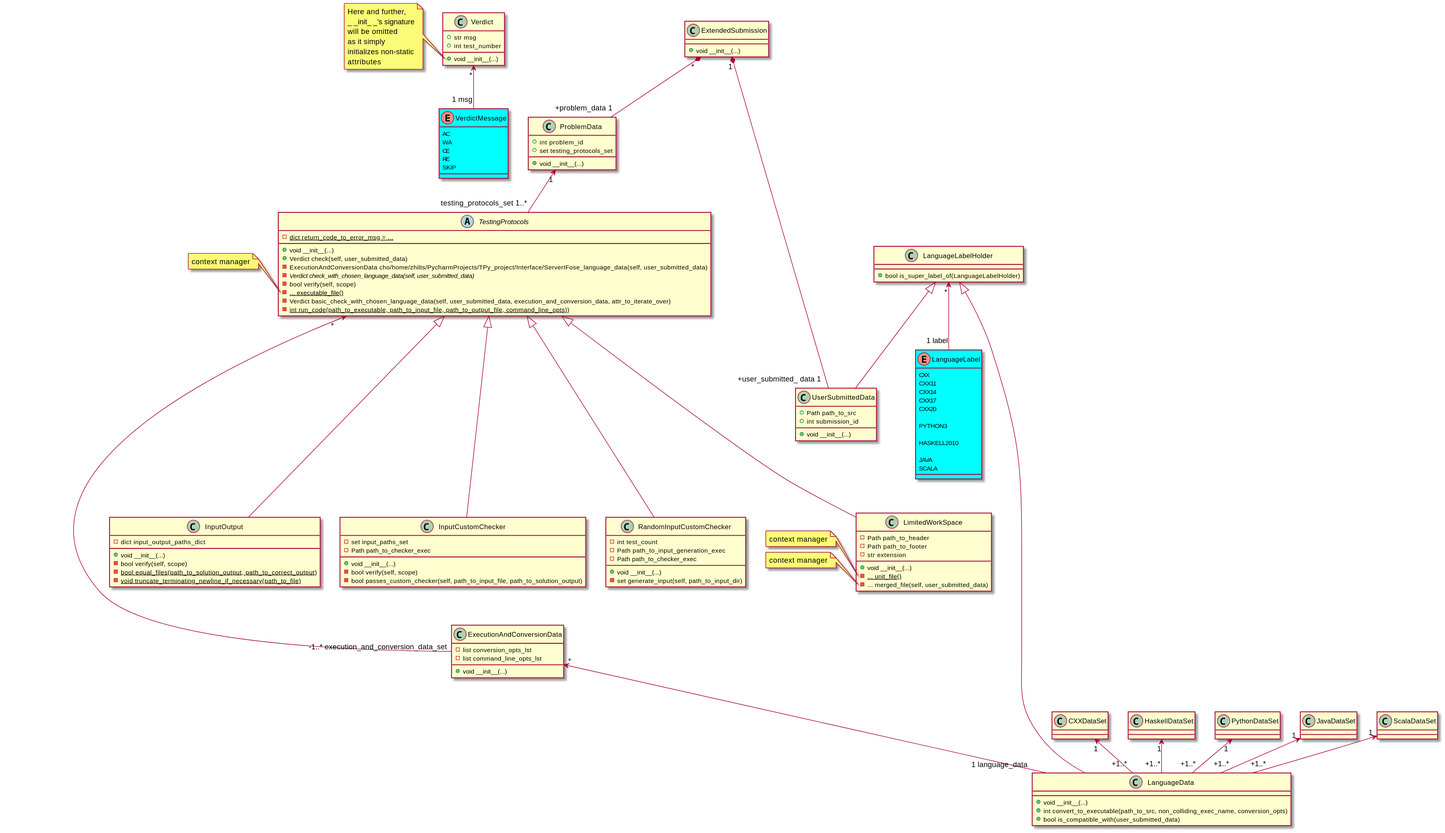
IgorZhiltsoff/TPy_project keeps this PlantUML diagram as TestingSystem/TestingProtocols/Class_TestingProtocols.svg. Above is the earlier version.
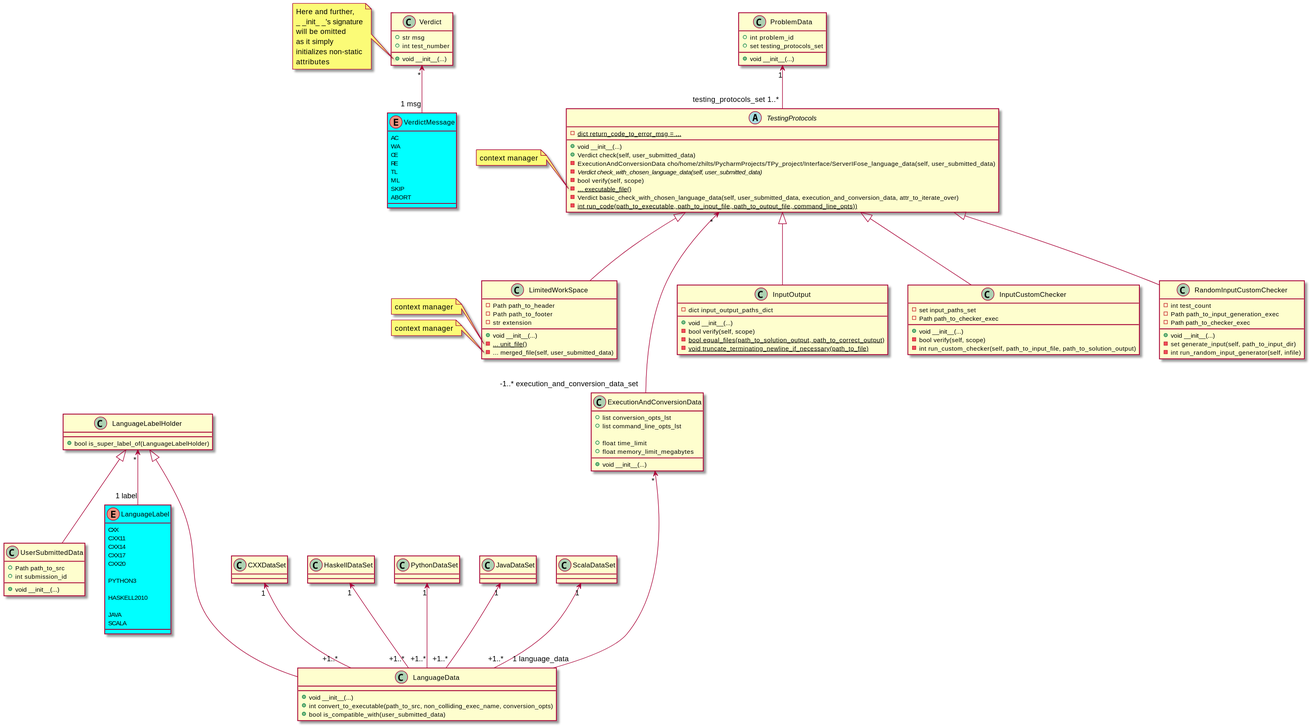
Later version of the same file.

The edit, as a diff of the source:
```diff
@@ -10,7 +10,10 @@
     WA
     CE
     RE
+    TL
+    ML
     SKIP
+    ABORT
 }
 
 class Verdict {
@@ -91,8 +94,11 @@
 
 
 class ExecutionAndConversionData {
-    -list conversion_opts_lst
-    -list command_line_opts_lst
+    +list conversion_opts_lst
+    +list command_line_opts_lst
+
+    +float time_limit
+    +float memory_limit_megabytes
 
     +void __init__(...)
 }
@@ -133,7 +139,7 @@
 
     +void __init__(...)
     -bool verify(self, scope)
-    -bool passes_custom_checker(self, path_to_input_file, path_to_solution_output)
+    -int run_custom_checker(self, path_to_input_file, path_to_solution_output)
 }
 
 class RandomInputCustomChecker {
@@ -144,6 +150,7 @@
 
     +void __init__(...)
     -set generate_input(self, path_to_input_dir)
+    -int run_random_input_generator(self, infile)
 }
 
 class LimitedWorkSpace {
@@ -178,12 +185,4 @@
 
 ProblemData "1" <-- "testing_protocols_set 1..*" TestingProtocols
 
-
-class ExtendedSubmission {
-    +void __init__(...)
-}
-
-ExtendedSubmission "*" *-- "+problem_data 1" ProblemData
-ExtendedSubmission "1" *---- "+user_submitted_ data 1" UserSubmittedData
-
 @enduml
```
